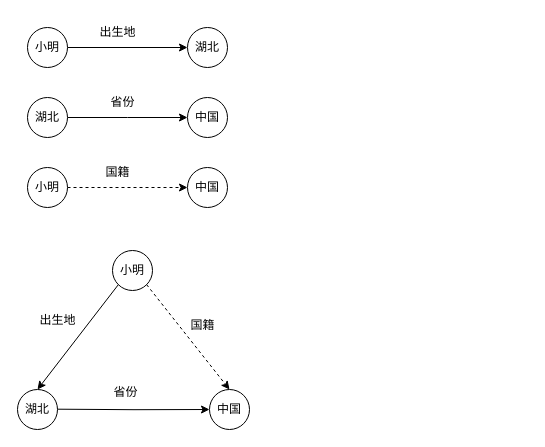
Above: 未命名绘图.drawio in SongyuanC/supermall (draw.io), before the change. Source tidied: cells renumbered, new cells numbered last; positions are measured from the earlier drawing's top-left corner, leaving out a move shared by most shapes. Both pictures are drawn from the tidied source at 100%, with x=0, y=0 at pixel (17, 17).
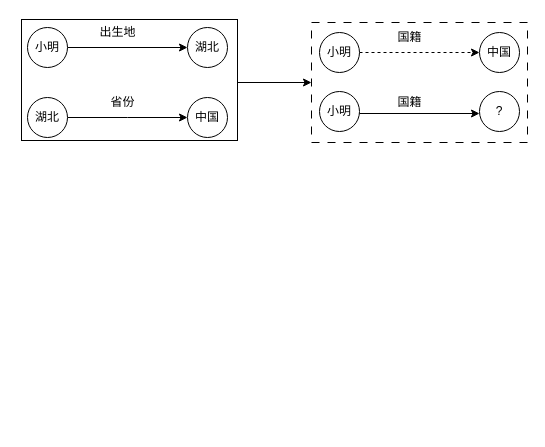
After the change.

Commit message:
更新未命名绘图.drawio

The edit, as a diff of the source:
```diff
@@
+    <mxCell id="23" style="rounded=0;whiteSpace=wrap;html=1;dashed=1;dashPattern=8 8;" parent="1" vertex="1">
+      <mxGeometry x="294" y="5" width="216" height="120" as="geometry" />
+    </mxCell>
+    <mxCell id="24" style="rounded=0;whiteSpace=wrap;html=1;" parent="1" vertex="1">
+      <mxGeometry x="4" y="2" width="216" height="121" as="geometry" />
+    </mxCell>
@@
     <mxCell id="11" value="小明" style="ellipse;whiteSpace=wrap;html=1;" parent="1" vertex="1">
-      <mxGeometry x="10" y="150" width="40" height="40" as="geometry" />
+      <mxGeometry x="302" y="15" width="40" height="40" as="geometry" />
     </mxCell>
     <mxCell id="12" value="中国" style="ellipse;whiteSpace=wrap;html=1;" parent="1" vertex="1">
-      <mxGeometry x="170" y="150" width="40" height="40" as="geometry" />
+      <mxGeometry x="462" y="15" width="40" height="40" as="geometry" />
     </mxCell>
     <mxCell id="13" value="国籍" style="text;html=1;align=center;verticalAlign=middle;strokeColor=none;fillColor=none;" parent="1" vertex="1">
-      <mxGeometry x="75" y="140" width="50" height="30" as="geometry" />
+      <mxGeometry x="367" y="5" width="50" height="30" as="geometry" />
     </mxCell>
     <mxCell id="14" value="小明" style="ellipse;whiteSpace=wrap;html=1;" parent="1" vertex="1">
-      <mxGeometry x="95" y="233" width="40" height="40" as="geometry" />
+      <mxGeometry x="302" y="74" width="40" height="40" as="geometry" />
     </mxCell>
-    <mxCell id="15" value="中国" style="ellipse;whiteSpace=wrap;html=1;" parent="1" vertex="1">
-      <mxGeometry x="192" y="372" width="40" height="40" as="geometry" />
-    </mxCell>
-    <mxCell id="16" value="湖北" style="ellipse;whiteSpace=wrap;html=1;" parent="1" vertex="1">
-      <mxGeometry y="372" width="40" height="40" as="geometry" />
-    </mxCell>
-    <mxCell id="17" style="rounded=0;jettySize=auto;html=1;entryX=0.5;entryY=0;entryDx=0;entryDy=0;exitX=0;exitY=1;exitDx=0;exitDy=0;" parent="1" edge="1" source="14" target="16">
-      <mxGeometry relative="1" as="geometry" />
-    </mxCell>
-    <mxCell id="18" style="edgeStyle=orthogonalEdgeStyle;rounded=0;jettySize=auto;html=1;entryX=0;entryY=0.5;entryDx=0;entryDy=0;" parent="1" edge="1" target="15">
-      <mxGeometry relative="1" as="geometry">
-        <mxPoint x="40" y="391.7" as="sourcePoint" />
-      </mxGeometry>
-    </mxCell>
-    <mxCell id="19" style="rounded=0;jettySize=auto;html=1;entryX=0.5;entryY=0;entryDx=0;entryDy=0;exitX=1;exitY=1;exitDx=0;exitDy=0;dashed=1;" parent="1" edge="1" source="14" target="15">
-      <mxGeometry relative="1" as="geometry" />
-    </mxCell>
-    <mxCell id="20" value="出生地" style="text;html=1;align=center;verticalAlign=middle;strokeColor=none;fillColor=none;" parent="1" vertex="1">
-      <mxGeometry x="10" y="288" width="60" height="30" as="geometry" />
-    </mxCell>
-    <mxCell id="21" value="省份" style="text;html=1;align=center;verticalAlign=middle;strokeColor=none;fillColor=none;" parent="1" vertex="1">
-      <mxGeometry x="83" y="360" width="50" height="30" as="geometry" />
-    </mxCell>
+    <mxCell id="25" style="edgeStyle=orthogonalEdgeStyle;rounded=0;orthogonalLoop=1;jettySize=auto;html=1;" parent="1" edge="1">
+      <mxGeometry relative="1" as="geometry">
+        <mxPoint x="342" y="96" as="sourcePoint" />
+        <mxPoint x="462" y="96" as="targetPoint" />
+      </mxGeometry>
+    </mxCell>
+    <mxCell id="26" value="?" style="ellipse;whiteSpace=wrap;html=1;" parent="1" vertex="1">
+      <mxGeometry x="462" y="74" width="40" height="40" as="geometry" />
+    </mxCell>
     <mxCell id="22" value="国籍" style="text;html=1;align=center;verticalAlign=middle;strokeColor=none;fillColor=none;" parent="1" vertex="1">
-      <mxGeometry x="160" y="293" width="50" height="30" as="geometry" />
+      <mxGeometry x="367" y="70" width="50" height="30" as="geometry" />
     </mxCell>
+    <mxCell id="27" style="endArrow=classic;html=1;rounded=0;entryX=0;entryY=0.5;entryDx=0;entryDy=0;" parent="1" edge="1" target="23">
+      <mxGeometry relative="1" as="geometry">
+        <mxPoint x="220" y="65" as="sourcePoint" />
+      </mxGeometry>
+    </mxCell>
```
